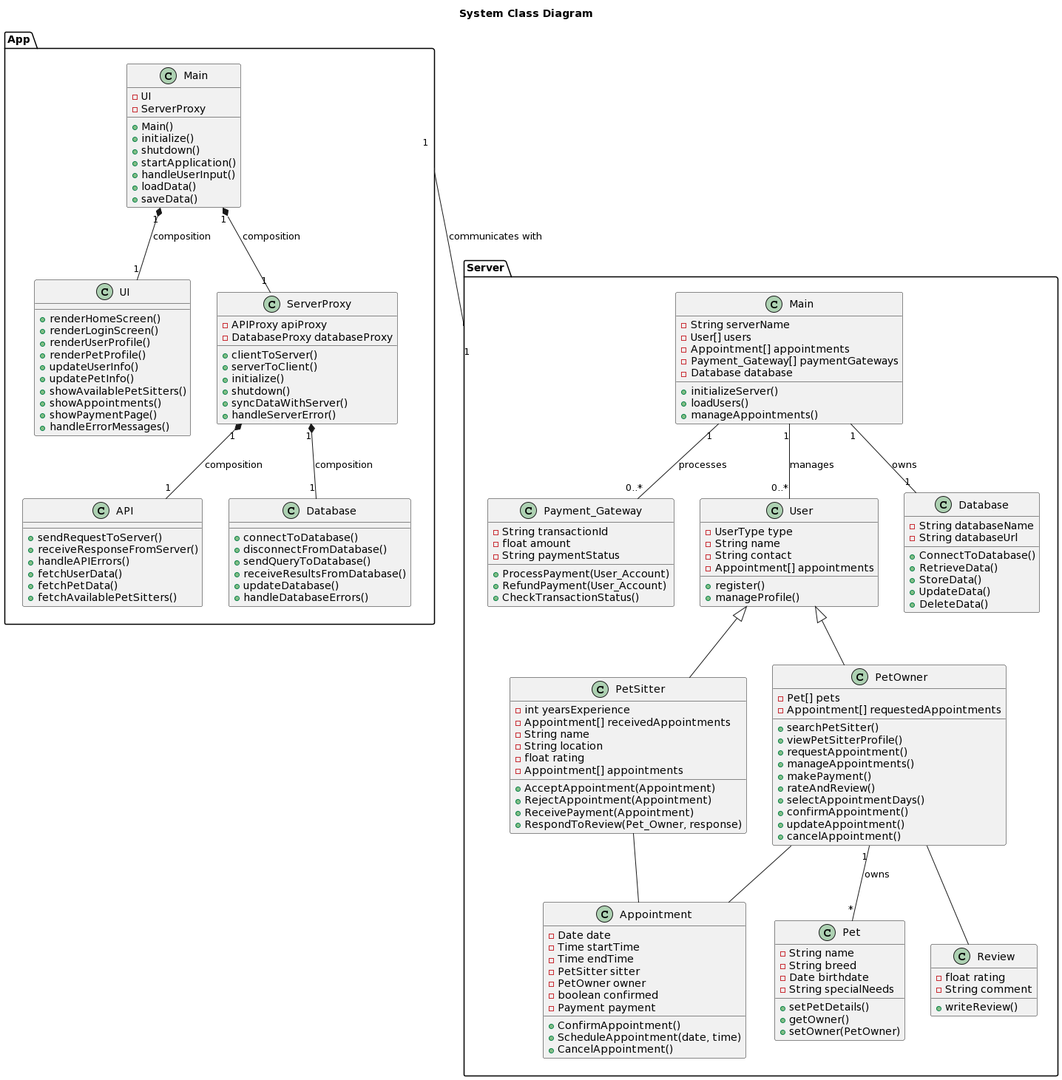
Before: Documents/PlantUML/SystemClassDiagram.png, a diagram exported from PlantUML (IrenePorta/PetSitters).
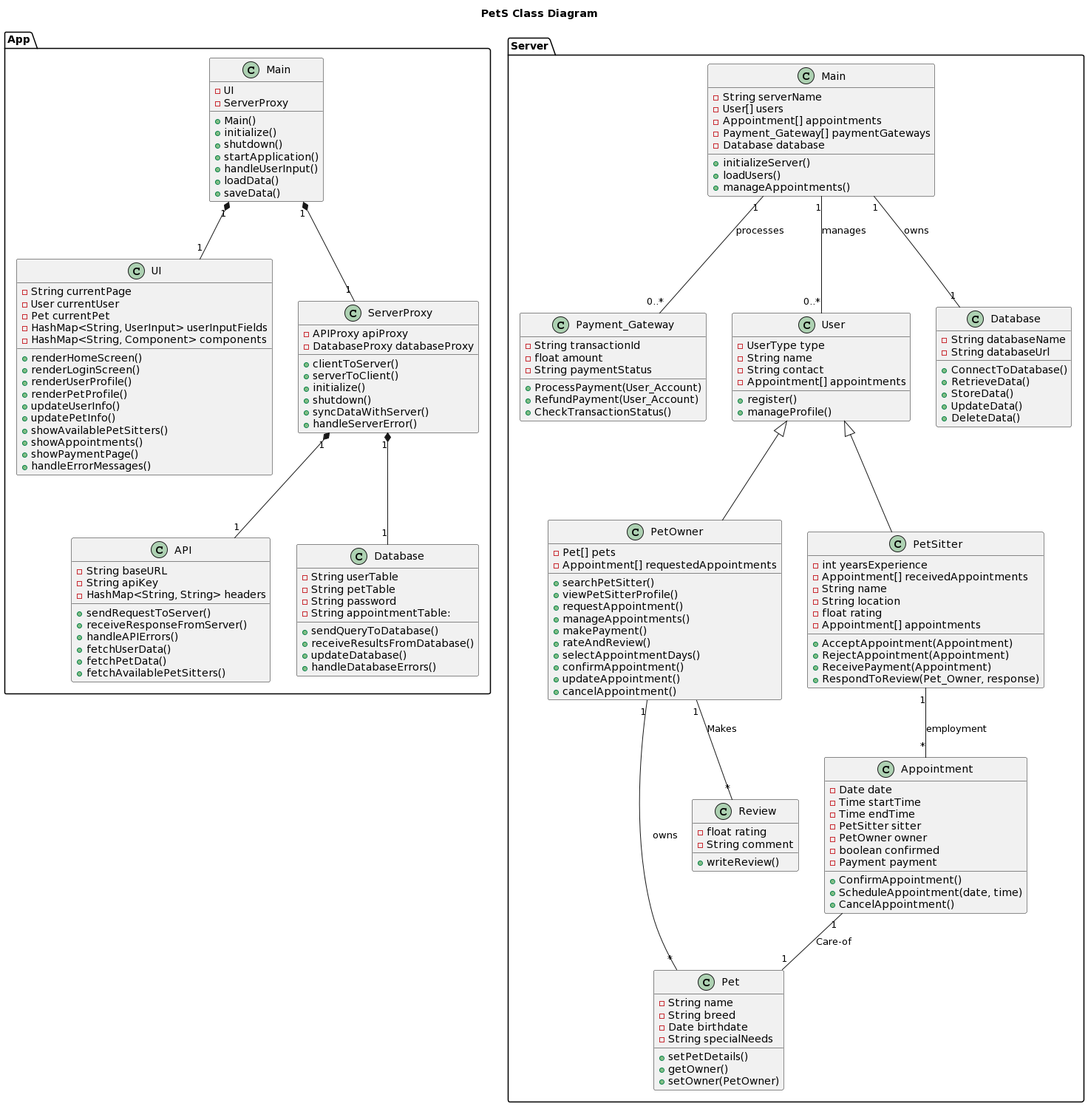
Above is the later version.

Diff of the diagram source:
```diff
@@ -1,5 +1,5 @@
 @startuml
-Title: System Class Diagram
+Title: PetS Class Diagram
 
 package "App" {
 
@@ -16,6 +16,11 @@
   }
 
   class UI {
+      -String currentPage
+      -User currentUser
+      -Pet currentPet
+      -HashMap<String, UserInput> userInputFields
+      -HashMap<String, Component> components
       + renderHomeScreen()
       + renderLoginScreen()
       + renderUserProfile()
@@ -40,6 +45,9 @@
   }
 
   class API {
+      -String baseURL
+      -String apiKey
+      -HashMap<String, String> headers
       +sendRequestToServer()
       +receiveResponseFromServer()
       +handleAPIErrors()
@@ -49,18 +57,20 @@
   }
 
   class Database {
-      +connectToDatabase()
-      +disconnectFromDatabase()
+      -String userTable
+      -String petTable
+      -String password
+      -String appointmentTable:
       +sendQueryToDatabase()
       +receiveResultsFromDatabase()
       +updateDatabase()
       +handleDatabaseErrors()
   }
 
-  Main "1" *-- "1" UI: composition
-  Main "1" *-- "1" ServerProxy: composition
-  ServerProxy "1" *-- "1" API: composition
-  ServerProxy "1" *-- "1" Database: composition
+  Main "1" *-- "1" UI
+  Main "1" *-- "1" ServerProxy
+  ServerProxy "1" *-- "1" API
+  ServerProxy "1" *-- "1" Database
 }
 
 
@@ -169,11 +179,9 @@
   User <|-- PetOwner
   User <|-- PetSitter
   PetOwner "1" -- "*" Pet : owns
-  PetOwner -- Appointment
-  PetSitter -- Appointment
-  PetOwner -- Review
+  Appointment "1" -- "1" Pet : Care-of
+  PetSitter "1" -- "*" Appointment : employment
+  PetOwner "1" -- "*" Review : Makes
 
 }
-
-App "1" -- "1" Server : communicates with
 @enduml
```
